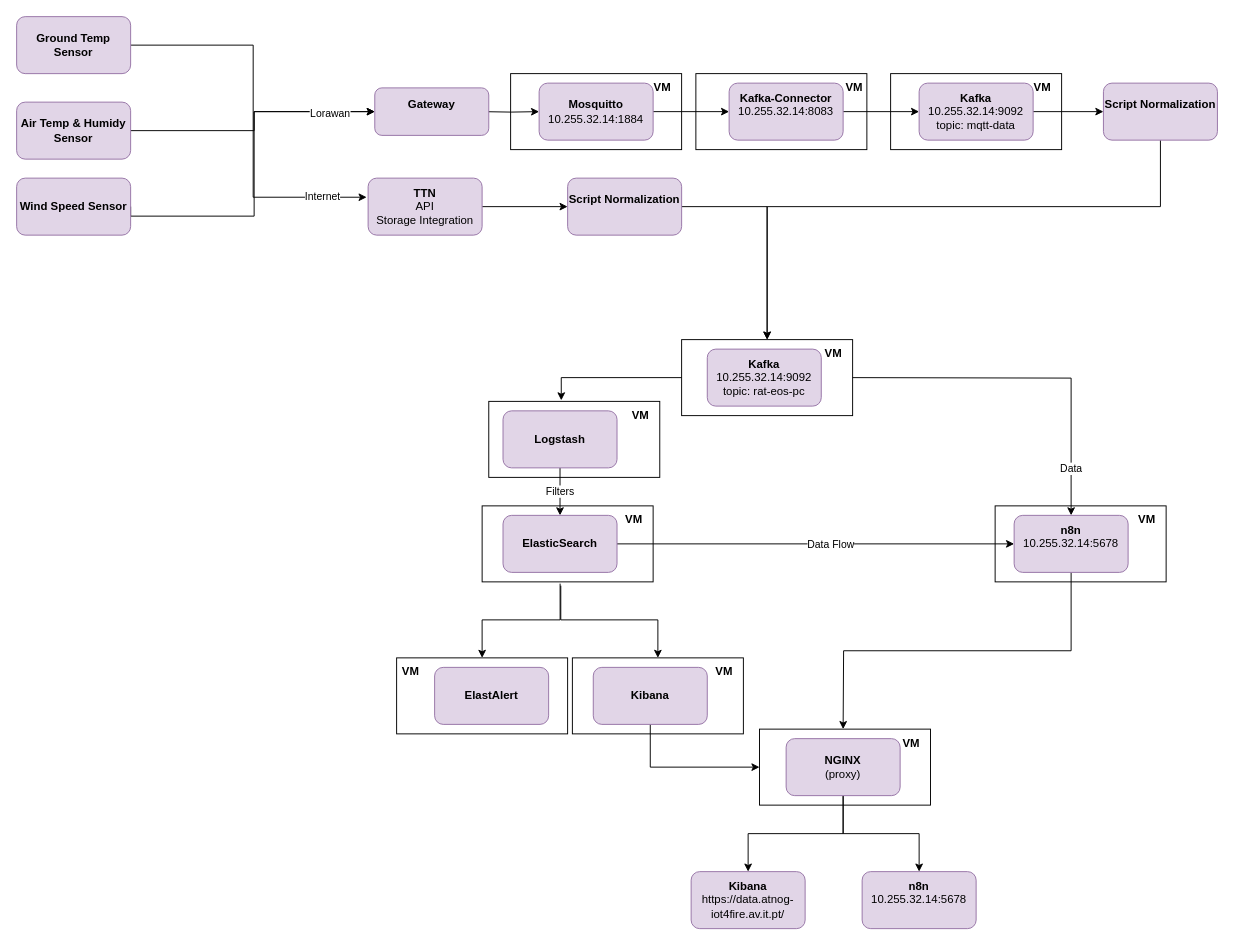
Before: architecture/architecture.drawio in martaaoliveira/RAT_EOS_PC, a draw.io diagram. Source tidied: cells renumbered, new cells numbered last; positions are measured from the earlier drawing's top-left corner, leaving out a move shared by most shapes. Both pictures are drawn from the tidied source at 95%, with x=0, y=0 at pixel (16, 16).
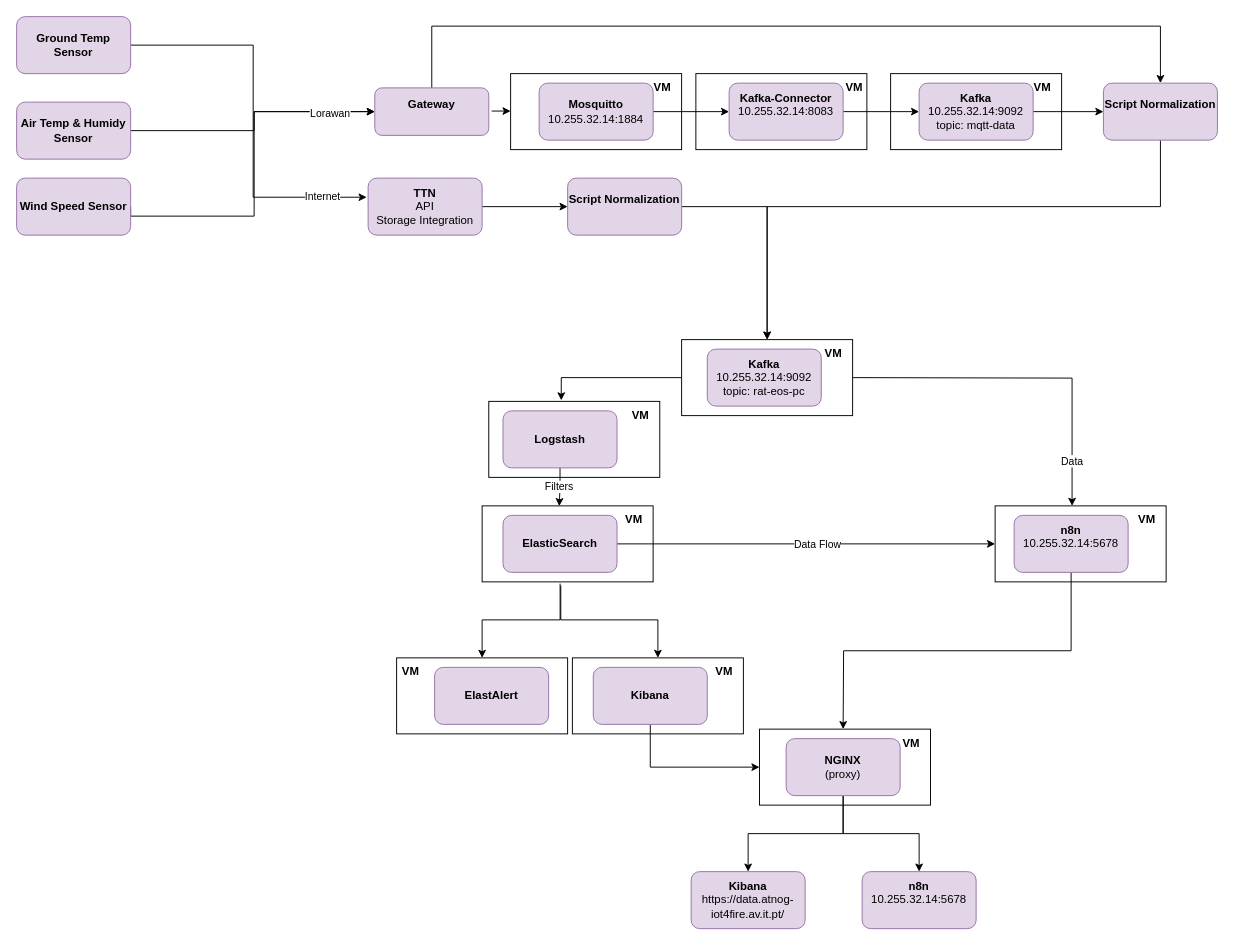
The same diagram, later.

Unchanged cells that the change refers to:
```xml
<mxCell id="5" style="rounded=0;whiteSpace=wrap;html=1;" parent="1" vertex="1">
  <mxGeometry x="490" y="515" width="180" height="80" as="geometry" />
</mxCell>
<mxCell id="13" style="rounded=0;whiteSpace=wrap;html=1;" parent="1" vertex="1">
  <mxGeometry x="1030" y="515" width="180" height="80" as="geometry" />
</mxCell>
<mxCell id="28" value="&lt;b&gt;Gateway&lt;/b&gt;&lt;br&gt;&lt;div&gt;&lt;br/&gt;&lt;/div&gt;" style="rounded=1;whiteSpace=wrap;html=1;fillColor=#e1d5e7;strokeColor=#9673a6;" parent="1" vertex="1">
  <mxGeometry x="377" y="75" width="120" height="50" as="geometry" />
</mxCell>
<mxCell id="33" value="&lt;b&gt;Logstash&lt;/b&gt;" style="rounded=1;whiteSpace=wrap;html=1;fillColor=#e1d5e7;strokeColor=#9673a6;" parent="1" vertex="1">
  <mxGeometry x="512" y="415" width="120" height="60" as="geometry" />
</mxCell>
<mxCell id="35" value="&lt;b&gt;n8n&lt;/b&gt;&lt;div&gt;&lt;div&gt;10.255.32.14:5678&lt;/div&gt;&lt;/div&gt;&lt;div&gt;&lt;br&gt;&lt;/div&gt;" style="rounded=1;whiteSpace=wrap;html=1;fillColor=#e1d5e7;strokeColor=#9673a6;" parent="1" vertex="1">
  <mxGeometry x="1050" y="525" width="120" height="60" as="geometry" />
</mxCell>
<mxCell id="39" value="&lt;b&gt;ElasticSearch&lt;/b&gt;" style="rounded=1;whiteSpace=wrap;html=1;fillColor=#e1d5e7;strokeColor=#9673a6;" parent="1" vertex="1">
  <mxGeometry x="512" y="525" width="120" height="60" as="geometry" />
</mxCell>
<mxCell id="46" value="&lt;b&gt;Mosquitto&lt;/b&gt;&lt;div&gt;&lt;div&gt;10.255.32.14:1884&lt;/div&gt;&lt;/div&gt;" style="rounded=1;whiteSpace=wrap;html=1;fillColor=#e1d5e7;strokeColor=#9673a6;" parent="1" vertex="1">
  <mxGeometry x="550" y="70" width="120" height="60" as="geometry" />
</mxCell>
<mxCell id="52" value="&lt;b&gt;Script Normalization&lt;/b&gt;&lt;div&gt;&lt;div&gt;&lt;br&gt;&lt;/div&gt;&lt;/div&gt;" style="rounded=1;whiteSpace=wrap;html=1;fillColor=#e1d5e7;strokeColor=#9673a6;" parent="1" vertex="1">
  <mxGeometry x="1144" y="70" width="120" height="60" as="geometry" />
</mxCell>
```

The edit, as a diff of the source:
```diff
@@
-    <mxCell id="27" style="edgeStyle=orthogonalEdgeStyle;rounded=0;jettySize=auto;html=1;entryX=0;entryY=0.5;entryDx=0;entryDy=0;" parent="1" edge="1" target="46">
+    <mxCell id="27" style="edgeStyle=orthogonalEdgeStyle;rounded=0;orthogonalLoop=1;jettySize=auto;html=1;" parent="1" edge="1">
       <mxGeometry relative="1" as="geometry">
-        <mxPoint x="490" y="100" as="sourcePoint" />
+        <mxPoint x="500" y="99.4" as="sourcePoint" />
+        <mxPoint x="520" y="99.4" as="targetPoint" />
       </mxGeometry>
     </mxCell>
+    <mxCell id="65" style="edgeStyle=orthogonalEdgeStyle;rounded=0;jettySize=auto;html=1;exitX=0.5;exitY=0;exitDx=0;exitDy=0;entryX=0.5;entryY=0;entryDx=0;entryDy=0;" parent="1" edge="1" source="28" target="52">
+      <mxGeometry relative="1" as="geometry">
+        <Array as="points">
+          <mxPoint x="437" y="10" />
+          <mxPoint x="1204" y="10" />
+        </Array>
+      </mxGeometry>
+    </mxCell>
@@
-    <mxCell id="29" style="edgeStyle=orthogonalEdgeStyle;rounded=0;jettySize=auto;html=1;entryX=0.5;entryY=0;entryDx=0;entryDy=0;" parent="1" edge="1" target="35">
+    <mxCell id="29" style="edgeStyle=orthogonalEdgeStyle;rounded=0;jettySize=auto;html=1;entryX=0.45;entryY=0;entryDx=0;entryDy=0;entryPerimeter=0;" parent="1" edge="1" target="13">
       <mxGeometry relative="1" as="geometry">
         <mxPoint x="880" y="380" as="sourcePoint" />
       </mxGeometry>
     </mxCell>
@@
-    <mxCell id="32" value="Filters" style="edgeStyle=orthogonalEdgeStyle;rounded=0;jettySize=auto;html=1;exitX=0.5;exitY=1;exitDx=0;exitDy=0;" parent="1" edge="1" source="33" target="39">
+    <mxCell id="32" value="Filters" style="edgeStyle=orthogonalEdgeStyle;rounded=0;jettySize=auto;html=1;exitX=0.5;exitY=1;exitDx=0;exitDy=0;entryX=0.451;entryY=0.004;entryDx=0;entryDy=0;entryPerimeter=0;" parent="1" edge="1" source="33" target="5">
       <mxGeometry relative="1" as="geometry" />
     </mxCell>
@@
-    <mxCell id="37" style="edgeStyle=orthogonalEdgeStyle;rounded=0;jettySize=auto;html=1;exitX=1;exitY=0.5;exitDx=0;exitDy=0;" parent="1" edge="1" source="39" target="35">
+    <mxCell id="37" style="edgeStyle=orthogonalEdgeStyle;rounded=0;jettySize=auto;html=1;exitX=1;exitY=0.5;exitDx=0;exitDy=0;entryX=0;entryY=0.5;entryDx=0;entryDy=0;" parent="1" edge="1" source="39" target="13">
       <mxGeometry relative="1" as="geometry" />
     </mxCell>
```
